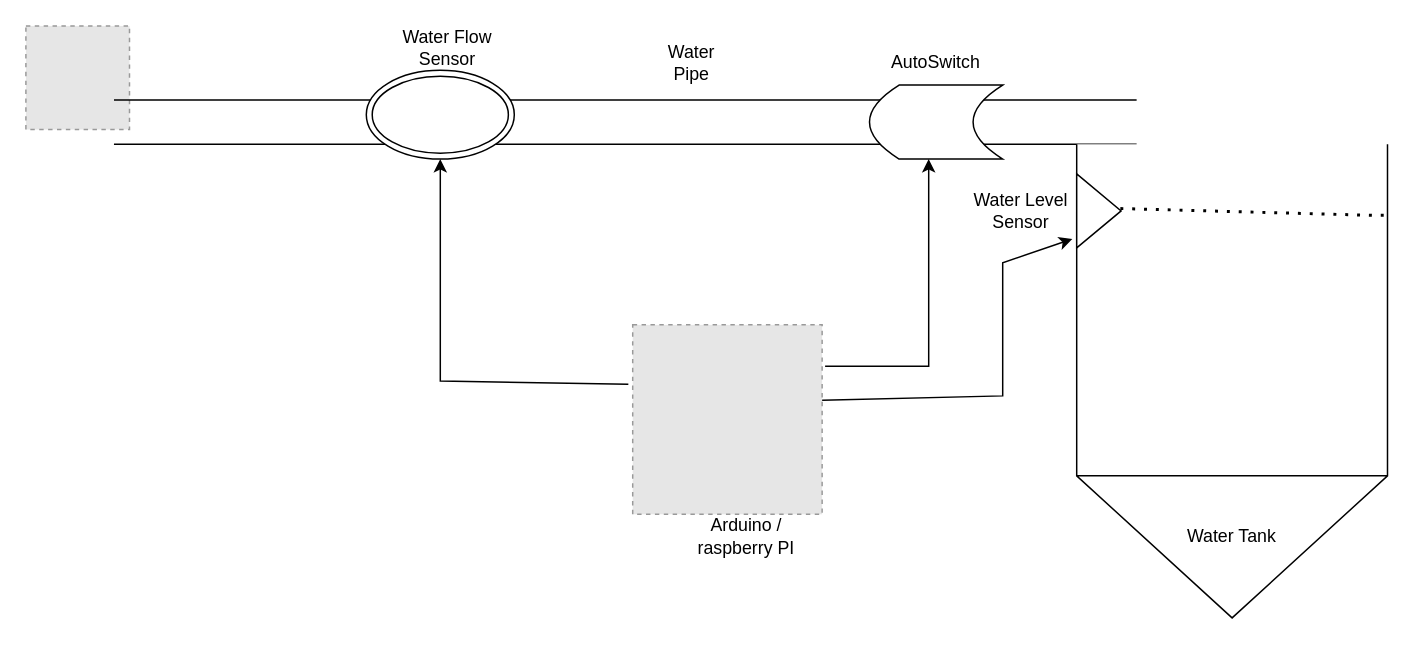
Earlier version of the draw.io diagram Untitled Diagram.drawio (sats17/auto-tank-filler). Source tidied: cells renumbered, new cells numbered last; positions are measured from the earlier drawing's top-left corner, leaving out a move shared by most shapes. Both pictures are drawn from the tidied source at 148%, with x=0, y=0 at pixel (25, 25). Pictures stored in the file or linked from it are replaced by grey dashed boxes.
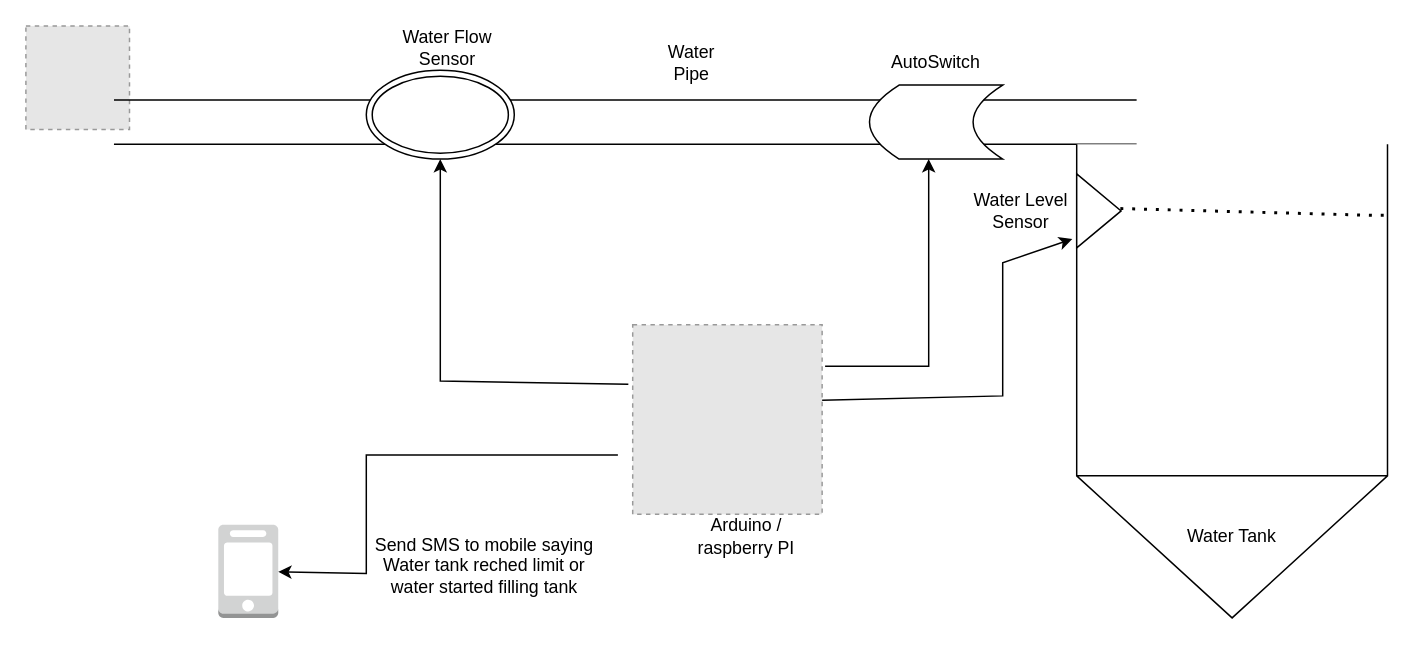
The same diagram, later.

The edit, as a diff of the source:
```diff
@@
+    <mxCell id="19" style="outlineConnect=0;dashed=0;verticalLabelPosition=bottom;verticalAlign=top;align=center;html=1;shape=mxgraph.aws3.mobile_client;fillColor=#D2D3D3;gradientColor=none;" parent="1" vertex="1">
+      <mxGeometry x="130" y="337" width="40.5" height="63" as="geometry" />
+    </mxCell>
+    <mxCell id="20" style="endArrow=classic;html=1;rounded=0;" parent="1" edge="1" target="19">
+      <mxGeometry relative="1" as="geometry">
+        <mxPoint x="400" y="290" as="sourcePoint" />
+        <Array as="points">
+          <mxPoint x="230" y="290" />
+          <mxPoint x="230" y="370" />
+        </Array>
+      </mxGeometry>
+    </mxCell>
+    <mxCell id="21" value="Send SMS to mobile saying Water tank reched limit or water started filling tank" style="text;html=1;strokeColor=none;fillColor=none;align=center;verticalAlign=middle;whiteSpace=wrap;rounded=0;" parent="1" vertex="1">
+      <mxGeometry x="230" y="320" width="160" height="90" as="geometry" />
+    </mxCell>
```
